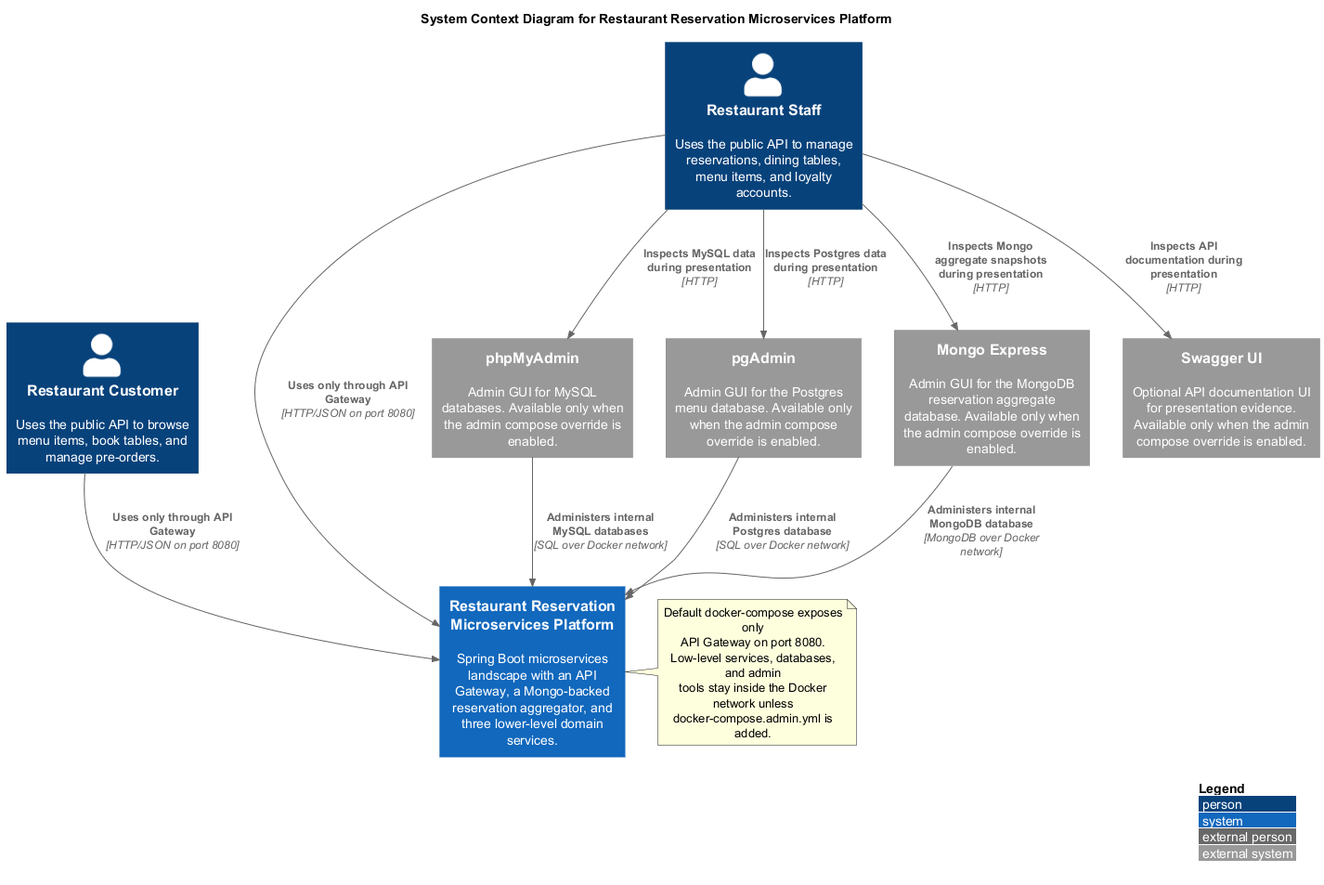
Gvxng/restaurant-reservation keeps this PlantUML diagram as diagrams/C4_Level1_context.png. Above is the earlier version.
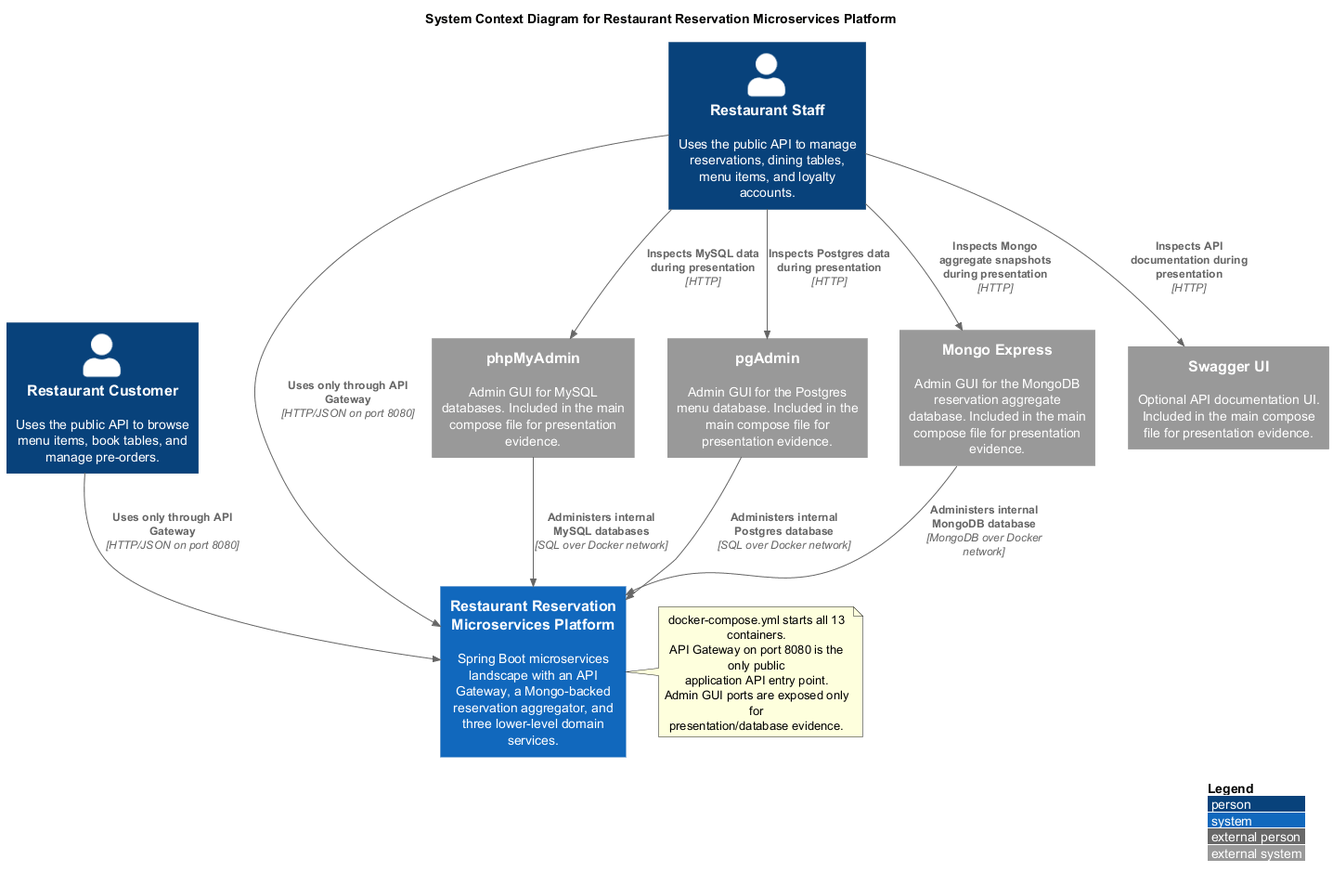
Later version of the same file.

The edit, as a diff of the source:
```diff
@@ -9,10 +9,10 @@
 
 System(restaurant_platform, "Restaurant Reservation Microservices Platform", "Spring Boot microservices landscape with an API Gateway, a Mongo-backed reservation aggregator, and three lower-level domain services.")
 
-System_Ext(mysql_admin, "phpMyAdmin", "Admin GUI for MySQL databases. Available only when the admin compose override is enabled.")
-System_Ext(pgadmin, "pgAdmin", "Admin GUI for the Postgres menu database. Available only when the admin compose override is enabled.")
-System_Ext(mongo_express, "Mongo Express", "Admin GUI for the MongoDB reservation aggregate database. Available only when the admin compose override is enabled.")
-System_Ext(swagger_ui, "Swagger UI", "Optional API documentation UI for presentation evidence. Available only when the admin compose override is enabled.")
+System_Ext(mysql_admin, "phpMyAdmin", "Admin GUI for MySQL databases. Included in the main compose file for presentation evidence.")
+System_Ext(pgadmin, "pgAdmin", "Admin GUI for the Postgres menu database. Included in the main compose file for presentation evidence.")
+System_Ext(mongo_express, "Mongo Express", "Admin GUI for the MongoDB reservation aggregate database. Included in the main compose file for presentation evidence.")
+System_Ext(swagger_ui, "Swagger UI", "Optional API documentation UI. Included in the main compose file for presentation evidence.")
 
 Rel(customer, restaurant_platform, "Uses only through API Gateway", "HTTP/JSON on port 8080")
 Rel(staff, restaurant_platform, "Uses only through API Gateway", "HTTP/JSON on port 8080")
@@ -27,11 +27,11 @@
 Rel(mongo_express, restaurant_platform, "Administers internal MongoDB database", "MongoDB over Docker network")
 
 note right of restaurant_platform
-  Default docker-compose exposes only
-  API Gateway on port 8080.
-  Low-level services, databases, and admin
-  tools stay inside the Docker network unless
-  docker-compose.admin.yml is added.
+  docker-compose.yml starts all 13 containers.
+  API Gateway on port 8080 is the only public
+  application API entry point.
+  Admin GUI ports are exposed only for
+  presentation/database evidence.
 end note
 
 @enduml
```
